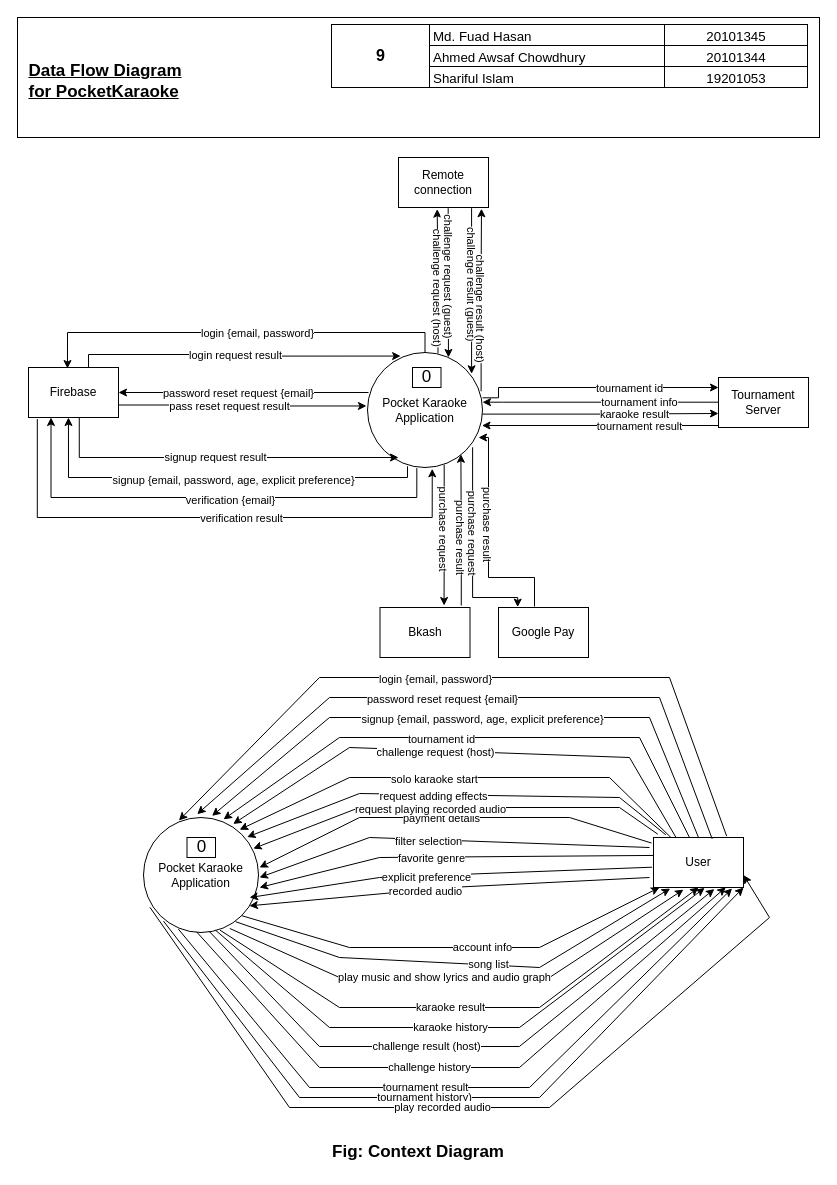
Before: page "Page-1" (1 of 3) of System Analysis/PocketKaraoke Data Flow Diagram.drawio in FuSan21/PocketKaraoke, a draw.io diagram. Source tidied: cells renumbered, new cells numbered last; positions are measured from the earlier drawing's top-left corner, leaving out a move shared by most shapes. Both pictures are drawn from the tidied source at 100%, with x=0, y=0 at pixel (17, 17).
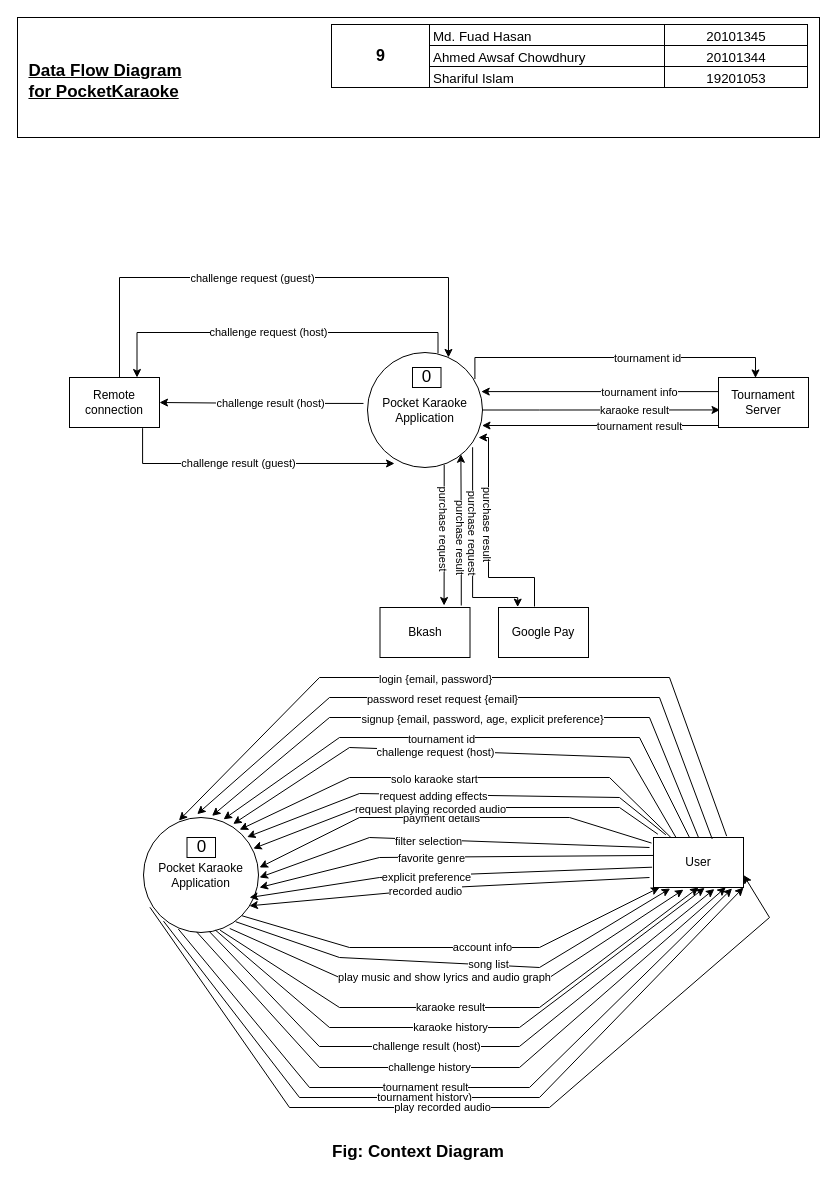
After the change.

Unchanged cells that the change refers to:
```xml
<mxCell id="4" value="Pocket Karaoke Application" style="ellipse;whiteSpace=wrap;html=1;" parent="1" vertex="1">
  <mxGeometry x="350" y="335" width="115" height="115" as="geometry" />
</mxCell>
<mxCell id="11" value="Tournament&lt;br&gt;Server" style="rounded=0;whiteSpace=wrap;html=1;" parent="1" vertex="1">
  <mxGeometry x="701" y="360" width="90" height="50" as="geometry" />
</mxCell>
```

Diff of the diagram source:
```diff
@@
-    <mxCell id="2" style="edgeStyle=orthogonalEdgeStyle;rounded=0;jettySize=auto;html=1;exitX=0.009;exitY=0.348;exitDx=0;exitDy=0;entryX=1;entryY=0.5;entryDx=0;entryDy=0;exitPerimeter=0;" parent="1" edge="1" source="4" target="7">
-      <mxGeometry relative="1" as="geometry" />
-    </mxCell>
-    <mxCell id="3" value="password reset request {email}" style="edgeLabel;html=1;align=center;verticalAlign=middle;" parent="2" vertex="1">
-      <mxGeometry x="0.36" y="-1" relative="1" as="geometry">
-        <mxPoint x="39" y="1" as="offset" />
-      </mxGeometry>
-    </mxCell>
@@
-    <mxCell id="7" value="Firebase" style="rounded=0;whiteSpace=wrap;html=1;" parent="1" vertex="1">
-      <mxGeometry x="11" y="350" width="90" height="50" as="geometry" />
-    </mxCell>
@@
     <mxCell id="10" value="Remote&lt;br&gt;connection" style="rounded=0;whiteSpace=wrap;html=1;" parent="1" vertex="1">
-      <mxGeometry x="381" y="140" width="90" height="50" as="geometry" />
+      <mxGeometry x="52" y="360" width="90" height="50" as="geometry" />
     </mxCell>
@@
-    <mxCell id="12" style="edgeStyle=orthogonalEdgeStyle;rounded=0;jettySize=auto;html=1;exitX=1;exitY=0.75;exitDx=0;exitDy=0;entryX=-0.009;entryY=0.465;entryDx=0;entryDy=0;entryPerimeter=0;" parent="1" edge="1" source="7" target="4">
-      <mxGeometry relative="1" as="geometry">
-        <Array as="points">
-          <mxPoint x="226" y="388" />
-        </Array>
-      </mxGeometry>
-    </mxCell>
-    <mxCell id="13" value="pass reset request result" style="edgeLabel;html=1;align=center;verticalAlign=middle;" parent="12" vertex="1">
-      <mxGeometry x="-0.19" y="-1" relative="1" as="geometry">
-        <mxPoint x="9" as="offset" />
-      </mxGeometry>
-    </mxCell>
-    <mxCell id="14" style="edgeStyle=orthogonalEdgeStyle;rounded=0;jettySize=auto;html=1;exitX=0.5;exitY=0;exitDx=0;exitDy=0;entryX=0.433;entryY=0.02;entryDx=0;entryDy=0;entryPerimeter=0;" parent="1" edge="1" source="4" target="7">
-      <mxGeometry relative="1" as="geometry">
-        <Array as="points">
-          <mxPoint x="408" y="315" />
-          <mxPoint x="50" y="315" />
-        </Array>
-      </mxGeometry>
-    </mxCell>
-    <mxCell id="15" value="login {email, password}" style="edgeLabel;html=1;align=center;verticalAlign=middle;" parent="14" vertex="1">
-      <mxGeometry x="-0.09" relative="1" as="geometry" />
-    </mxCell>
-    <mxCell id="16" style="edgeStyle=orthogonalEdgeStyle;rounded=0;jettySize=auto;html=1;exitX=0.667;exitY=0;exitDx=0;exitDy=0;entryX=0.288;entryY=0.031;entryDx=0;entryDy=0;exitPerimeter=0;entryPerimeter=0;" parent="1" edge="1" source="7" target="4">
-      <mxGeometry relative="1" as="geometry">
-        <Array as="points">
-          <mxPoint x="71" y="337" />
-          <mxPoint x="226" y="337" />
-        </Array>
-      </mxGeometry>
-    </mxCell>
-    <mxCell id="17" value="login request result" style="edgeLabel;html=1;align=center;verticalAlign=middle;" parent="16" vertex="1">
-      <mxGeometry x="-0.02" relative="1" as="geometry" />
-    </mxCell>
-    <mxCell id="18" style="edgeStyle=orthogonalEdgeStyle;rounded=0;jettySize=auto;html=1;entryX=0.444;entryY=1;entryDx=0;entryDy=0;entryPerimeter=0;" parent="1" edge="1" target="7">
-      <mxGeometry relative="1" as="geometry">
-        <mxPoint x="390" y="450" as="sourcePoint" />
-        <Array as="points">
-          <mxPoint x="390" y="449" />
-          <mxPoint x="390" y="460" />
-          <mxPoint x="51" y="460" />
-        </Array>
-      </mxGeometry>
-    </mxCell>
-    <mxCell id="19" value="signup {email, password, age, explicit preference}" style="edgeLabel;html=1;align=center;verticalAlign=middle;" parent="18" vertex="1">
-      <mxGeometry x="-0.09" y="2" relative="1" as="geometry" />
-    </mxCell>
-    <mxCell id="20" style="edgeStyle=orthogonalEdgeStyle;rounded=0;jettySize=auto;html=1;exitX=0.564;exitY=0.992;exitDx=0;exitDy=0;entryX=0.27;entryY=0.913;entryDx=0;entryDy=0;exitPerimeter=0;entryPerimeter=0;" parent="1" edge="1" source="7" target="4">
-      <mxGeometry relative="1" as="geometry">
-        <Array as="points">
-          <mxPoint x="62" y="440" />
-        </Array>
-      </mxGeometry>
-    </mxCell>
-    <mxCell id="21" value="signup request result" style="edgeLabel;html=1;align=center;verticalAlign=middle;" parent="20" vertex="1">
-      <mxGeometry x="-0.02" relative="1" as="geometry" />
-    </mxCell>
-    <mxCell id="22" style="edgeStyle=orthogonalEdgeStyle;rounded=0;jettySize=auto;html=1;exitX=0.429;exitY=1.006;exitDx=0;exitDy=0;entryX=0.25;entryY=1;entryDx=0;entryDy=0;exitPerimeter=0;" parent="1" edge="1" source="4" target="7">
-      <mxGeometry relative="1" as="geometry">
-        <Array as="points">
-          <mxPoint x="399" y="480" />
-          <mxPoint x="34" y="480" />
-        </Array>
-      </mxGeometry>
-    </mxCell>
-    <mxCell id="23" value="verification {email}" style="edgeLabel;html=1;align=center;verticalAlign=middle;" parent="22" vertex="1">
-      <mxGeometry x="-0.09" y="2" relative="1" as="geometry" />
-    </mxCell>
-    <mxCell id="24" style="edgeStyle=orthogonalEdgeStyle;rounded=0;jettySize=auto;html=1;exitX=0.098;exitY=1.031;exitDx=0;exitDy=0;entryX=0.563;entryY=1.011;entryDx=0;entryDy=0;exitPerimeter=0;entryPerimeter=0;" parent="1" edge="1" source="7" target="4">
-      <mxGeometry relative="1" as="geometry">
-        <Array as="points">
-          <mxPoint x="20" y="500" />
-          <mxPoint x="415" y="500" />
-        </Array>
-      </mxGeometry>
-    </mxCell>
-    <mxCell id="25" value="verification result" style="edgeLabel;html=1;align=center;verticalAlign=middle;" parent="24" vertex="1">
-      <mxGeometry x="-0.02" relative="1" as="geometry">
-        <mxPoint x="36" as="offset" />
-      </mxGeometry>
-    </mxCell>
@@
-    <mxCell id="34" style="edgeStyle=orthogonalEdgeStyle;rounded=0;jettySize=auto;html=1;exitX=0.613;exitY=0.007;exitDx=0;exitDy=0;entryX=0.43;entryY=1.033;entryDx=0;entryDy=0;entryPerimeter=0;exitPerimeter=0;" parent="1" edge="1" source="4" target="10">
+    <mxCell id="34" style="edgeStyle=orthogonalEdgeStyle;rounded=0;jettySize=auto;html=1;exitX=0.613;exitY=0.007;exitDx=0;exitDy=0;entryX=0.75;entryY=0;entryDx=0;entryDy=0;exitPerimeter=0;" parent="1" edge="1" source="4" target="10">
       <mxGeometry relative="1" as="geometry" />
     </mxCell>
-    <mxCell id="35" value="challenge request (host)" style="edgeLabel;html=1;align=center;verticalAlign=middle;rotation=90;" parent="34" vertex="1">
-      <mxGeometry x="-0.09" relative="1" as="geometry" />
+    <mxCell id="35" value="challenge request (host)" style="edgeLabel;html=1;align=center;verticalAlign=middle;" parent="34" vertex="1">
+      <mxGeometry x="0.04" y="-1" relative="1" as="geometry" />
     </mxCell>
-    <mxCell id="36" style="edgeStyle=orthogonalEdgeStyle;rounded=0;jettySize=auto;html=1;entryX=0.704;entryY=0.043;entryDx=0;entryDy=0;exitX=0.552;exitY=1.014;exitDx=0;exitDy=0;exitPerimeter=0;entryPerimeter=0;" parent="1" edge="1" source="10" target="4">
+    <mxCell id="36" style="edgeStyle=orthogonalEdgeStyle;rounded=0;jettySize=auto;html=1;entryX=0.704;entryY=0.043;entryDx=0;entryDy=0;entryPerimeter=0;" parent="1" edge="1" target="4">
       <mxGeometry relative="1" as="geometry">
+        <mxPoint x="102" y="360" as="sourcePoint" />
         <Array as="points">
-          <mxPoint x="431" y="191" />
+          <mxPoint x="102" y="260" />
+          <mxPoint x="431" y="260" />
         </Array>
       </mxGeometry>
     </mxCell>
-    <mxCell id="37" value="challenge request (guest)" style="edgeLabel;html=1;align=center;verticalAlign=middle;rotation=90;" parent="36" vertex="1">
+    <mxCell id="37" value="challenge request (guest)" style="edgeLabel;html=1;align=center;verticalAlign=middle;rotation=0;" parent="36" vertex="1">
       <mxGeometry x="-0.09" relative="1" as="geometry" />
     </mxCell>
-    <mxCell id="38" style="edgeStyle=orthogonalEdgeStyle;rounded=0;jettySize=auto;html=1;exitX=0.812;exitY=1.014;exitDx=0;exitDy=0;exitPerimeter=0;entryX=0.905;entryY=0.185;entryDx=0;entryDy=0;entryPerimeter=0;" parent="1" edge="1" source="10" target="4">
+    <mxCell id="38" style="edgeStyle=orthogonalEdgeStyle;rounded=0;jettySize=auto;html=1;exitX=0.812;exitY=1.014;exitDx=0;exitDy=0;exitPerimeter=0;entryX=0.235;entryY=0.965;entryDx=0;entryDy=0;entryPerimeter=0;" parent="1" edge="1" source="10" target="4">
       <mxGeometry relative="1" as="geometry" />
     </mxCell>
-    <mxCell id="39" value="challenge result (guest)" style="edgeLabel;html=1;align=center;verticalAlign=middle;rotation=90;" parent="38" vertex="1">
+    <mxCell id="39" value="challenge result (guest)" style="edgeLabel;html=1;align=center;verticalAlign=middle;rotation=0;" parent="38" vertex="1">
       <mxGeometry x="-0.09" relative="1" as="geometry" />
     </mxCell>
-    <mxCell id="40" style="edgeStyle=orthogonalEdgeStyle;rounded=0;jettySize=auto;html=1;exitX=0.988;exitY=0.337;exitDx=0;exitDy=0;exitPerimeter=0;entryX=0.922;entryY=1.025;entryDx=0;entryDy=0;entryPerimeter=0;" parent="1" edge="1" source="4" target="10">
+    <mxCell id="40" style="edgeStyle=orthogonalEdgeStyle;rounded=0;jettySize=auto;html=1;exitX=-0.035;exitY=0.443;exitDx=0;exitDy=0;exitPerimeter=0;entryX=1;entryY=0.5;entryDx=0;entryDy=0;" parent="1" edge="1" source="4" target="10">
       <mxGeometry relative="1" as="geometry" />
     </mxCell>
-    <mxCell id="41" value="challenge result (host)" style="edgeLabel;html=1;align=center;verticalAlign=middle;rotation=90;" parent="40" vertex="1">
+    <mxCell id="41" value="challenge result (host)" style="edgeLabel;html=1;align=center;verticalAlign=middle;rotation=0;" parent="40" vertex="1">
       <mxGeometry x="-0.09" relative="1" as="geometry" />
     </mxCell>
-    <mxCell id="42" style="edgeStyle=orthogonalEdgeStyle;rounded=0;orthogonalLoop=1;jettySize=auto;html=1;" parent="1" edge="1">
+    <mxCell id="42" style="edgeStyle=orthogonalEdgeStyle;rounded=0;jettySize=auto;html=1;exitX=0.934;exitY=0.231;exitDx=0;exitDy=0;exitPerimeter=0;entryX=0.411;entryY=0.009;entryDx=0;entryDy=0;entryPerimeter=0;" parent="1" edge="1" source="4" target="11">
       <mxGeometry relative="1" as="geometry">
-        <mxPoint x="465" y="380.3" as="sourcePoint" />
-        <mxPoint x="701" y="370" as="targetPoint" />
         <Array as="points">
-          <mxPoint x="481" y="380" />
-          <mxPoint x="481" y="370" />
+          <mxPoint x="457" y="340" />
+          <mxPoint x="738" y="340" />
         </Array>
       </mxGeometry>
     </mxCell>
@@
-    <mxCell id="44" style="edgeStyle=orthogonalEdgeStyle;rounded=0;orthogonalLoop=1;jettySize=auto;html=1;" parent="1" edge="1">
+    <mxCell id="44" style="edgeStyle=orthogonalEdgeStyle;rounded=0;jettySize=auto;html=1;entryX=0.989;entryY=0.34;entryDx=0;entryDy=0;entryPerimeter=0;exitX=0;exitY=0.25;exitDx=0;exitDy=0;" parent="1" edge="1" source="11" target="4">
       <mxGeometry relative="1" as="geometry">
-        <mxPoint x="701" y="384.7" as="sourcePoint" />
-        <mxPoint x="465" y="384.7" as="targetPoint" />
         <Array as="points">
-          <mxPoint x="485" y="384.7" />
+          <mxPoint x="701" y="374" />
         </Array>
       </mxGeometry>
     </mxCell>
@@
-    <mxCell id="46" style="edgeStyle=orthogonalEdgeStyle;rounded=0;orthogonalLoop=1;jettySize=auto;html=1;exitX=0.997;exitY=0.553;exitDx=0;exitDy=0;exitPerimeter=0;" parent="1" edge="1">
+    <mxCell id="46" style="edgeStyle=orthogonalEdgeStyle;rounded=0;jettySize=auto;html=1;exitX=1;exitY=0.5;exitDx=0;exitDy=0;entryX=0.017;entryY=0.649;entryDx=0;entryDy=0;entryPerimeter=0;" parent="1" edge="1" source="4" target="11">
       <mxGeometry relative="1" as="geometry">
-        <mxPoint x="464.7" y="396.6" as="sourcePoint" />
-        <mxPoint x="701" y="396" as="targetPoint" />
         <Array as="points">
-          <mxPoint x="583" y="397" />
-          <mxPoint x="701" y="396" />
+          <mxPoint x="522" y="392" />
+          <mxPoint x="522" y="392" />
         </Array>
       </mxGeometry>
     </mxCell>
```
